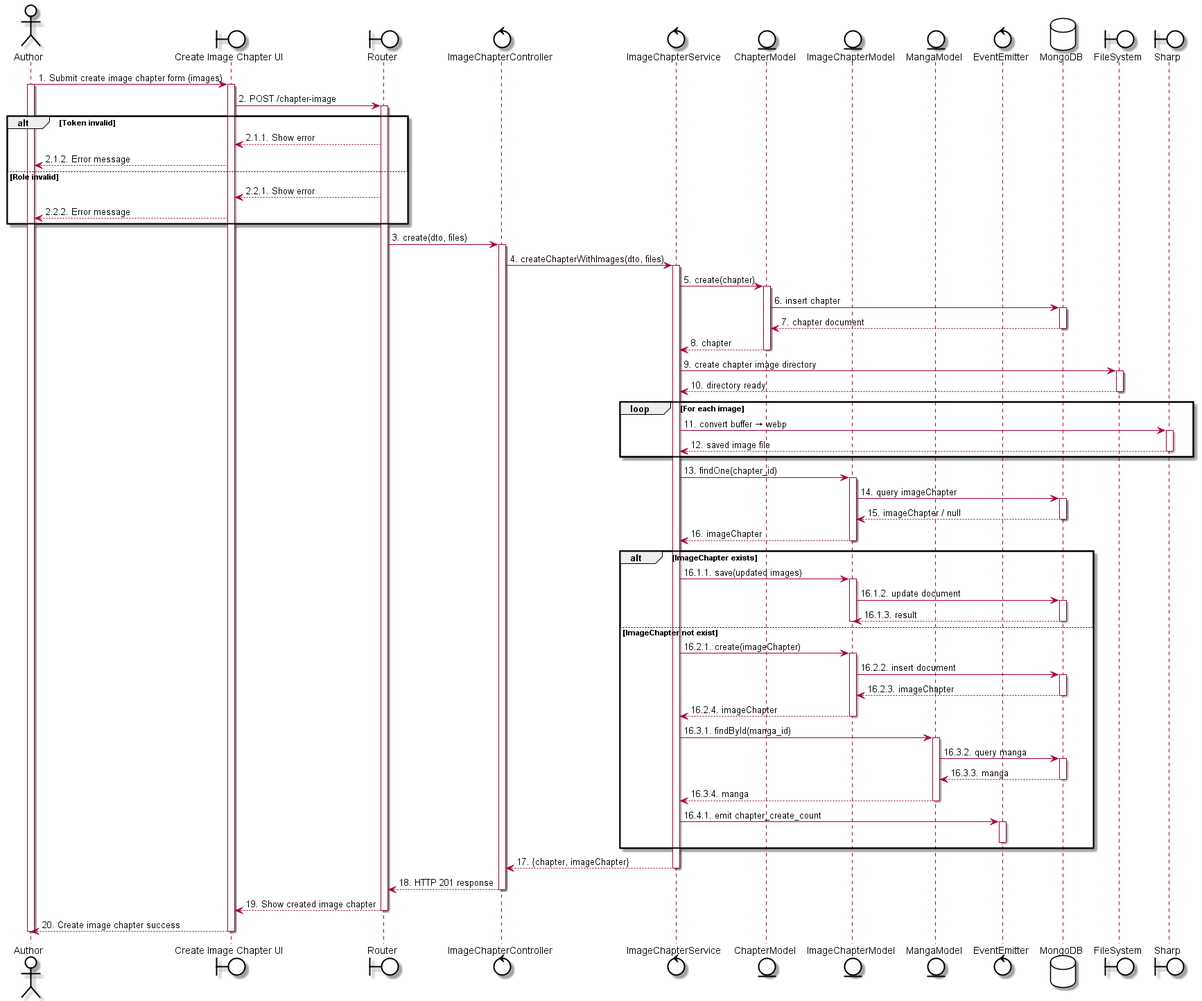
LGK1412/sequence_sep490_01 keeps this PlantUML diagram as out/uc60 - Create Image Chapter/uc60 - Create Image Chapter.png. Above is the earlier version. Source of this version:
```plantuml
@startuml
skinparam {
    ActorBackgroundColor #FFFFFF
    BoundaryBackgroundColor #FFFFFF
    ControlBackgroundColor #FFFFFF
    EntityBackgroundColor #FFFFFF
    DatabaseBackgroundColor #FFFFFF

    ActorBorderColor black
    BoundaryBorderColor black
    ControlBorderColor black
    EntityBorderColor black
    DatabaseBorderColor black
}

actor Author
boundary "Create Image Chapter UI" as UI
boundary Router
control ImageChapterController
control ImageChapterService
entity ChapterModel
entity ImageChapterModel
entity MangaModel
control EventEmitter
database MongoDB
boundary FileSystem
boundary Sharp

Author -> UI: 1. Submit create image chapter form (images)
activate Author
activate UI

UI -> Router: 2. POST /chapter-image
activate Router

alt Token invalid
    Router --> UI: 2.1.1. Show error
    UI --> Author: 2.1.2. Error message
else Role invalid
    Router --> UI: 2.2.1. Show error
    UI --> Author: 2.2.2. Error message
end

Router -> ImageChapterController: 3. create(dto, files)
activate ImageChapterController

ImageChapterController -> ImageChapterService: 4. createChapterWithImages(dto, files)
activate ImageChapterService

ImageChapterService -> ChapterModel: 5. create(chapter)
activate ChapterModel
ChapterModel -> MongoDB: 6. insert chapter
activate MongoDB
MongoDB --> ChapterModel: 7. chapter document
deactivate MongoDB
ChapterModel --> ImageChapterService: 8. chapter
deactivate ChapterModel

ImageChapterService -> FileSystem: 9. create chapter image directory
activate FileSystem
FileSystem --> ImageChapterService: 10. directory ready
deactivate FileSystem

loop For each image
    ImageChapterService -> Sharp: 11. convert buffer → webp
    activate Sharp
    Sharp --> ImageChapterService: 12. saved image file
    deactivate Sharp
end

ImageChapterService -> ImageChapterModel: 13. findOne(chapter_id)
activate ImageChapterModel
ImageChapterModel -> MongoDB: 14. query imageChapter
activate MongoDB
MongoDB --> ImageChapterModel: 15. imageChapter / null
deactivate MongoDB
ImageChapterModel --> ImageChapterService: 16. imageChapter
deactivate ImageChapterModel

alt ImageChapter exists
    ImageChapterService -> ImageChapterModel: 16.1.1. save(updated images)
    activate ImageChapterModel
    ImageChapterModel -> MongoDB: 16.1.2. update document
    activate MongoDB
    MongoDB --> ImageChapterModel: 16.1.3. result
    deactivate MongoDB
    deactivate ImageChapterModel
else ImageChapter not exist
    ImageChapterService -> ImageChapterModel: 16.2.1. create(imageChapter)
    activate ImageChapterModel
    ImageChapterModel -> MongoDB: 16.2.2. insert document
    activate MongoDB
    MongoDB --> ImageChapterModel: 16.2.3. imageChapter
    deactivate MongoDB
    ImageChapterModel --> ImageChapterService: 16.2.4. imageChapter
    deactivate ImageChapterModel

    ImageChapterService -> MangaModel: 16.3.1. findById(manga_id)
    activate MangaModel
    MangaModel -> MongoDB: 16.3.2. query manga
    activate MongoDB
    MongoDB --> MangaModel: 16.3.3. manga
    deactivate MongoDB
    MangaModel --> ImageChapterService: 16.3.4. manga
    deactivate MangaModel

    ImageChapterService -> EventEmitter: 16.4.1. emit chapter_create_count
    activate EventEmitter
    deactivate EventEmitter
end

ImageChapterService --> ImageChapterController: 17. {chapter, imageChapter}
deactivate ImageChapterService

ImageChapterController --> Router: 18. HTTP 201 response
deactivate ImageChapterController
Router --> UI: 19. Show created image chapter
deactivate Router
UI --> Author: 20. Create image chapter success
deactivate UI
deactivate Author
@enduml
```
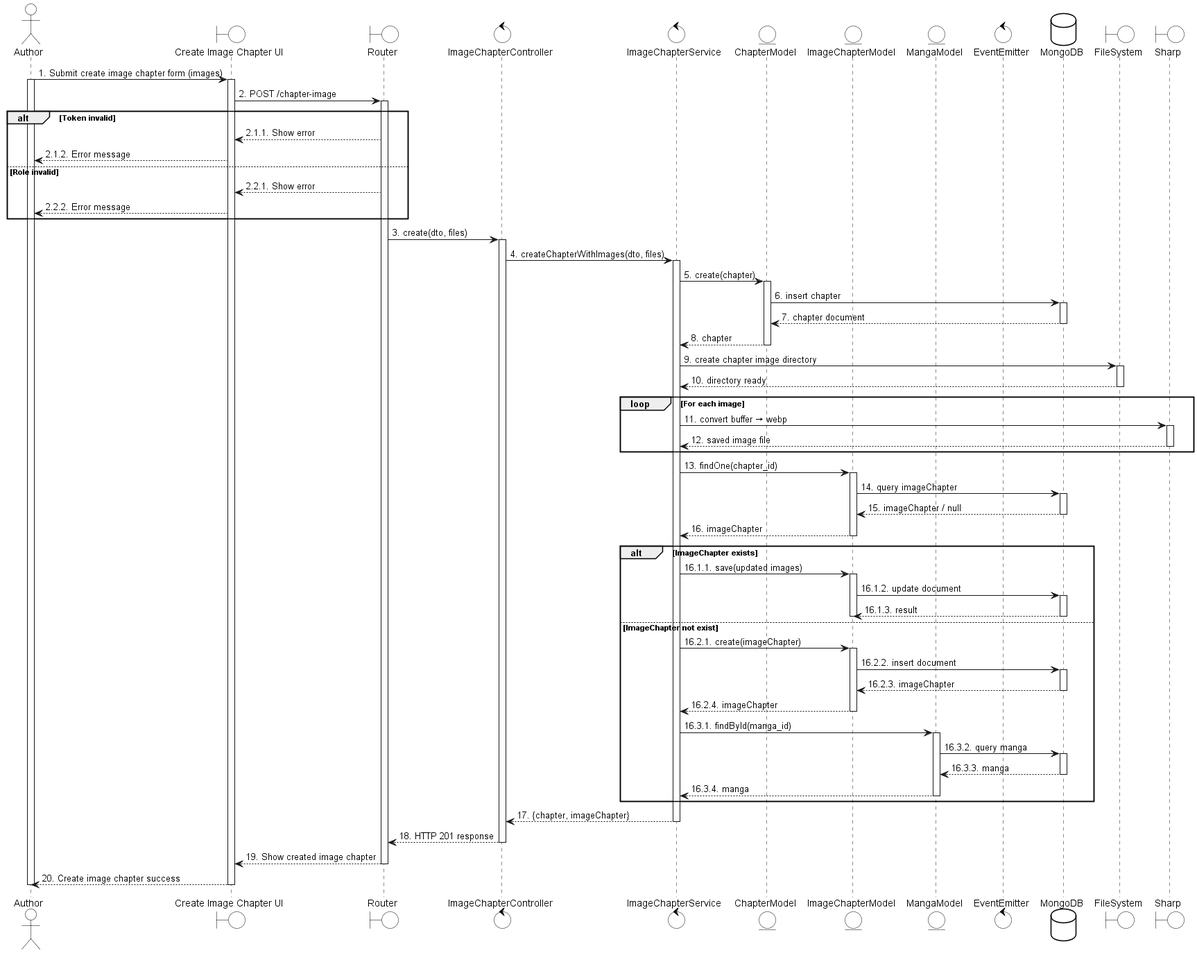
Above is the later version.

The edit, as a diff of the source:
```diff
@@ -103,10 +103,6 @@
     deactivate MongoDB
     MangaModel --> ImageChapterService: 16.3.4. manga
     deactivate MangaModel
-
-    ImageChapterService -> EventEmitter: 16.4.1. emit chapter_create_count
-    activate EventEmitter
-    deactivate EventEmitter
 end
 
 ImageChapterService --> ImageChapterController: 17. {chapter, imageChapter}
```
